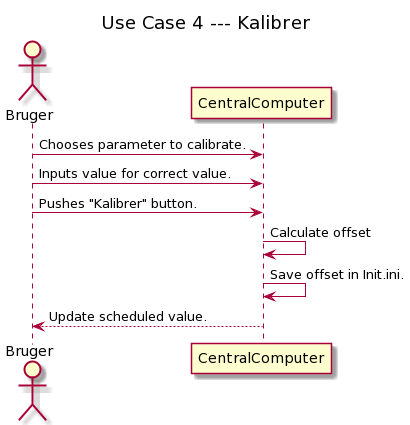
Above: Strukturering/System/Usecases/UseCase4_Kalibrer.png in Solvgraa-mager/E4PRJ4 (PlantUML), before the change.
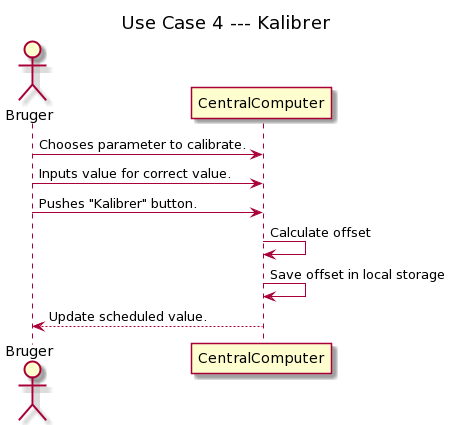
Above is the later version.

Change to the diagram source:
```diff
@@ -8,6 +8,6 @@
 Bruger -> CentralComputer: Inputs value for correct value.
 Bruger -> CentralComputer: Pushes "Kalibrer" button.
 CentralComputer->CentralComputer: Calculate offset
-CentralComputer->CentralComputer: Save offset in Init.ini.
+CentralComputer->CentralComputer: Save offset in local storage
 CentralComputer-->Bruger: Update scheduled value.
 @enduml
```
